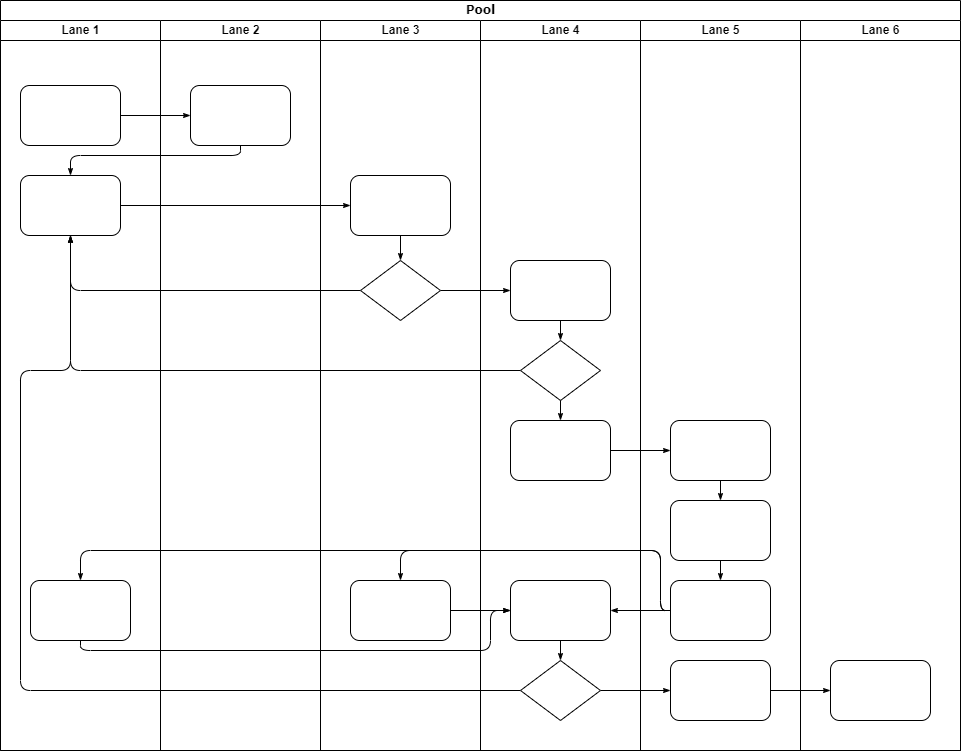
The draw.io diagram 档案管理流程.png in CN-DXTZ/CLRS, before a commit. Source tidied: cells renumbered, new cells last; positions are measured from the earlier drawing's top-left corner, leaving out a move shared by most shapes.
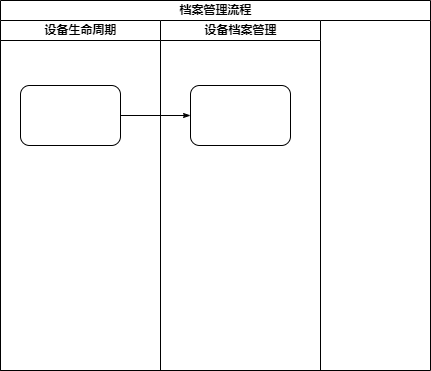
The same diagram one commit later.

Commit message:
更新档案管理流程.png

What changed in the source:
```diff
@@ -2,169 +2,23 @@
   <root>
     <mxCell id="0" />
     <mxCell id="1" parent="0" />
-    <mxCell id="2" value="Pool" style="swimlane;html=1;startSize=20;rounded=0;shadow=0;labelBackgroundColor=none;strokeWidth=1;fontFamily=Verdana;fontSize=8;align=center;" parent="1" vertex="1">
-      <mxGeometry width="960" height="750" as="geometry" />
+    <mxCell id="2" value="档案管理流程" style="swimlane;html=1;startSize=20;rounded=0;shadow=0;labelBackgroundColor=none;strokeWidth=1;fontFamily=Verdana;fontSize=8;align=center;" parent="1" vertex="1">
+      <mxGeometry width="430" height="370" as="geometry" />
     </mxCell>
-    <mxCell id="3" value="Lane 1" style="swimlane;html=1;startSize=20;" parent="2" vertex="1">
-      <mxGeometry y="20" width="160" height="730" as="geometry" />
+    <mxCell id="3" value="设备生命周期" style="swimlane;html=1;startSize=20;" parent="2" vertex="1">
+      <mxGeometry y="20" width="160" height="350" as="geometry" />
     </mxCell>
     <mxCell id="4" style="rounded=1;whiteSpace=wrap;html=1;shadow=0;labelBackgroundColor=none;strokeWidth=1;fontFamily=Verdana;fontSize=8;align=center;" parent="3" vertex="1">
       <mxGeometry x="20" y="65" width="100" height="60" as="geometry" />
     </mxCell>
-    <mxCell id="5" style="rounded=1;whiteSpace=wrap;html=1;shadow=0;labelBackgroundColor=none;strokeWidth=1;fontFamily=Verdana;fontSize=8;align=center;" parent="3" vertex="1">
-      <mxGeometry x="20" y="155" width="100" height="60" as="geometry" />
-    </mxCell>
-    <mxCell id="6" style="rounded=1;whiteSpace=wrap;html=1;shadow=0;labelBackgroundColor=none;strokeWidth=1;fontFamily=Verdana;fontSize=8;align=center;" parent="3" vertex="1">
-      <mxGeometry x="30" y="560" width="100" height="60" as="geometry" />
-    </mxCell>
     <mxCell id="7" style="edgeStyle=orthogonalEdgeStyle;rounded=1;html=1;labelBackgroundColor=none;startArrow=none;startFill=0;startSize=5;endArrow=classicThin;endFill=1;endSize=5;jettySize=auto;strokeWidth=1;fontFamily=Verdana;fontSize=8;" parent="2" edge="1" source="4" target="23">
       <mxGeometry relative="1" as="geometry" />
     </mxCell>
-    <mxCell id="8" style="edgeStyle=orthogonalEdgeStyle;rounded=1;html=1;labelBackgroundColor=none;startArrow=none;startFill=0;startSize=5;endArrow=classicThin;endFill=1;endSize=5;jettySize=auto;strokeWidth=1;fontFamily=Verdana;fontSize=8;" parent="2" edge="1" source="23" target="5">
-      <mxGeometry relative="1" as="geometry">
-        <Array as="points">
-          <mxPoint x="240" y="155" />
-          <mxPoint x="70" y="155" />
-        </Array>
-      </mxGeometry>
-    </mxCell>
-    <mxCell id="9" style="edgeStyle=orthogonalEdgeStyle;rounded=1;html=1;labelBackgroundColor=none;startArrow=none;startFill=0;startSize=5;endArrow=classicThin;endFill=1;endSize=5;jettySize=auto;strokeWidth=1;fontFamily=Verdana;fontSize=8;" parent="2" edge="1" source="5" target="25">
-      <mxGeometry relative="1" as="geometry" />
-    </mxCell>
-    <mxCell id="10" style="edgeStyle=orthogonalEdgeStyle;rounded=1;html=1;labelBackgroundColor=none;startArrow=none;startFill=0;startSize=5;endArrow=classicThin;endFill=1;endSize=5;jettySize=auto;strokeWidth=1;fontFamily=Verdana;fontSize=8;" parent="2" edge="1" source="26" target="5">
-      <mxGeometry relative="1" as="geometry" />
-    </mxCell>
-    <mxCell id="11" style="edgeStyle=orthogonalEdgeStyle;rounded=1;html=1;labelBackgroundColor=none;startArrow=none;startFill=0;startSize=5;endArrow=classicThin;endFill=1;endSize=5;jettySize=auto;strokeWidth=1;fontFamily=Verdana;fontSize=8;" parent="2" edge="1" source="31" target="5">
-      <mxGeometry relative="1" as="geometry" />
-    </mxCell>
-    <mxCell id="12" style="edgeStyle=orthogonalEdgeStyle;rounded=1;html=1;labelBackgroundColor=none;startArrow=none;startFill=0;startSize=5;endArrow=classicThin;endFill=1;endSize=5;jettySize=auto;strokeWidth=1;fontFamily=Verdana;fontSize=8;" parent="2" edge="1" source="34" target="5">
-      <mxGeometry relative="1" as="geometry">
-        <Array as="points">
-          <mxPoint x="20" y="690" />
-          <mxPoint x="20" y="370" />
-          <mxPoint x="70" y="370" />
-        </Array>
-      </mxGeometry>
-    </mxCell>
-    <mxCell id="13" style="edgeStyle=orthogonalEdgeStyle;rounded=1;html=1;labelBackgroundColor=none;startArrow=none;startFill=0;startSize=5;endArrow=classicThin;endFill=1;endSize=5;jettySize=auto;strokeWidth=1;fontFamily=Verdana;fontSize=8;" parent="2" edge="1" source="26" target="30">
-      <mxGeometry relative="1" as="geometry" />
-    </mxCell>
-    <mxCell id="14" style="edgeStyle=orthogonalEdgeStyle;rounded=1;html=1;labelBackgroundColor=none;startArrow=none;startFill=0;startSize=5;endArrow=classicThin;endFill=1;endSize=5;jettySize=auto;strokeWidth=1;fontFamily=Verdana;fontSize=8;" parent="2" edge="1" source="34" target="42">
-      <mxGeometry relative="1" as="geometry" />
-    </mxCell>
-    <mxCell id="15" style="edgeStyle=orthogonalEdgeStyle;rounded=1;html=1;labelBackgroundColor=none;startArrow=none;startFill=0;startSize=5;endArrow=classicThin;endFill=1;endSize=5;jettySize=auto;strokeWidth=1;fontFamily=Verdana;fontSize=8;" parent="2" edge="1" source="42" target="46">
-      <mxGeometry relative="1" as="geometry" />
-    </mxCell>
-    <mxCell id="16" style="edgeStyle=orthogonalEdgeStyle;rounded=1;html=1;labelBackgroundColor=none;startArrow=none;startFill=0;startSize=5;endArrow=classicThin;endFill=1;endSize=5;jettySize=auto;strokeWidth=1;fontFamily=Verdana;fontSize=8;" parent="2" edge="1" source="32" target="39">
-      <mxGeometry relative="1" as="geometry" />
-    </mxCell>
-    <mxCell id="17" style="edgeStyle=orthogonalEdgeStyle;rounded=1;html=1;labelBackgroundColor=none;startArrow=none;startFill=0;startSize=5;endArrow=classicThin;endFill=1;endSize=5;jettySize=auto;strokeWidth=1;fontFamily=Verdana;fontSize=8;" parent="2" edge="1" source="41" target="27">
-      <mxGeometry relative="1" as="geometry">
-        <Array as="points">
-          <mxPoint x="660" y="610" />
-          <mxPoint x="660" y="550" />
-          <mxPoint x="400" y="550" />
-        </Array>
-      </mxGeometry>
-    </mxCell>
-    <mxCell id="18" style="edgeStyle=orthogonalEdgeStyle;rounded=1;html=1;labelBackgroundColor=none;startArrow=none;startFill=0;startSize=5;endArrow=classicThin;endFill=1;endSize=5;jettySize=auto;strokeColor=#000000;strokeWidth=1;fontFamily=Verdana;fontSize=8;fontColor=#000000;" parent="2" edge="1" source="41" target="33">
-      <mxGeometry relative="1" as="geometry" />
-    </mxCell>
-    <mxCell id="19" style="edgeStyle=orthogonalEdgeStyle;rounded=1;html=1;labelBackgroundColor=none;startArrow=none;startFill=0;startSize=5;endArrow=classicThin;endFill=1;endSize=5;jettySize=auto;strokeWidth=1;fontFamily=Verdana;fontSize=8;" parent="2" edge="1" source="41" target="6">
-      <mxGeometry relative="1" as="geometry">
-        <Array as="points">
-          <mxPoint x="660" y="610" />
-          <mxPoint x="660" y="550" />
-          <mxPoint x="80" y="550" />
-        </Array>
-      </mxGeometry>
-    </mxCell>
-    <mxCell id="20" style="edgeStyle=orthogonalEdgeStyle;rounded=1;html=1;labelBackgroundColor=none;startArrow=none;startFill=0;startSize=5;endArrow=classicThin;endFill=1;endSize=5;jettySize=auto;strokeWidth=1;fontFamily=Verdana;fontSize=8;" parent="2" edge="1" source="6" target="33">
-      <mxGeometry relative="1" as="geometry">
-        <Array as="points">
-          <mxPoint x="80" y="650" />
-          <mxPoint x="490" y="650" />
-          <mxPoint x="490" y="610" />
-        </Array>
-      </mxGeometry>
-    </mxCell>
-    <mxCell id="21" style="edgeStyle=orthogonalEdgeStyle;rounded=1;html=1;labelBackgroundColor=none;startArrow=none;startFill=0;startSize=5;endArrow=classicThin;endFill=1;endSize=5;jettySize=auto;strokeWidth=1;fontFamily=Verdana;fontSize=8;" parent="2" edge="1" source="27" target="33">
-      <mxGeometry relative="1" as="geometry" />
-    </mxCell>
-    <mxCell id="22" value="Lane 2" style="swimlane;html=1;startSize=20;" parent="2" vertex="1">
-      <mxGeometry x="160" y="20" width="160" height="730" as="geometry" />
+    <mxCell id="22" value="设备档案管理" style="swimlane;html=1;startSize=20;" parent="2" vertex="1">
+      <mxGeometry x="160" y="20" width="160" height="350" as="geometry" />
     </mxCell>
     <mxCell id="23" style="rounded=1;whiteSpace=wrap;html=1;shadow=0;labelBackgroundColor=none;strokeWidth=1;fontFamily=Verdana;fontSize=8;align=center;" parent="22" vertex="1">
       <mxGeometry x="30" y="65" width="100" height="60" as="geometry" />
     </mxCell>
-    <mxCell id="24" value="Lane 3" style="swimlane;html=1;startSize=20;" parent="2" vertex="1">
-      <mxGeometry x="320" y="20" width="160" height="730" as="geometry" />
-    </mxCell>
-    <mxCell id="25" style="rounded=1;whiteSpace=wrap;html=1;shadow=0;labelBackgroundColor=none;strokeWidth=1;fontFamily=Verdana;fontSize=8;align=center;" parent="24" vertex="1">
-      <mxGeometry x="30" y="155" width="100" height="60" as="geometry" />
-    </mxCell>
-    <mxCell id="26" style="rhombus;whiteSpace=wrap;html=1;rounded=0;shadow=0;labelBackgroundColor=none;strokeWidth=1;fontFamily=Verdana;fontSize=8;align=center;" parent="24" vertex="1">
-      <mxGeometry x="40" y="240" width="80" height="60" as="geometry" />
-    </mxCell>
-    <mxCell id="27" style="rounded=1;whiteSpace=wrap;html=1;shadow=0;labelBackgroundColor=none;strokeWidth=1;fontFamily=Verdana;fontSize=8;align=center;" parent="24" vertex="1">
-      <mxGeometry x="30" y="560" width="100" height="60" as="geometry" />
-    </mxCell>
-    <mxCell id="28" style="edgeStyle=orthogonalEdgeStyle;rounded=1;html=1;labelBackgroundColor=none;startArrow=none;startFill=0;startSize=5;endArrow=classicThin;endFill=1;endSize=5;jettySize=auto;strokeWidth=1;fontFamily=Verdana;fontSize=8;" parent="24" edge="1" source="25" target="26">
-      <mxGeometry relative="1" as="geometry" />
-    </mxCell>
-    <mxCell id="29" value="Lane 4" style="swimlane;html=1;startSize=20;" parent="2" vertex="1">
-      <mxGeometry x="480" y="20" width="160" height="730" as="geometry" />
-    </mxCell>
-    <mxCell id="30" style="rounded=1;whiteSpace=wrap;html=1;shadow=0;labelBackgroundColor=none;strokeWidth=1;fontFamily=Verdana;fontSize=8;align=center;" parent="29" vertex="1">
-      <mxGeometry x="30" y="240" width="100" height="60" as="geometry" />
-    </mxCell>
-    <mxCell id="31" style="rhombus;whiteSpace=wrap;html=1;rounded=0;shadow=0;labelBackgroundColor=none;strokeWidth=1;fontFamily=Verdana;fontSize=8;align=center;" parent="29" vertex="1">
-      <mxGeometry x="40" y="320" width="80" height="60" as="geometry" />
-    </mxCell>
-    <mxCell id="32" style="rounded=1;whiteSpace=wrap;html=1;shadow=0;labelBackgroundColor=none;strokeWidth=1;fontFamily=Verdana;fontSize=8;align=center;" parent="29" vertex="1">
-      <mxGeometry x="30" y="400" width="100" height="60" as="geometry" />
-    </mxCell>
-    <mxCell id="33" style="rounded=1;whiteSpace=wrap;html=1;shadow=0;labelBackgroundColor=none;strokeWidth=1;fontFamily=Verdana;fontSize=8;align=center;" parent="29" vertex="1">
-      <mxGeometry x="30" y="560" width="100" height="60" as="geometry" />
-    </mxCell>
-    <mxCell id="34" style="rhombus;whiteSpace=wrap;html=1;rounded=0;shadow=0;labelBackgroundColor=none;strokeWidth=1;fontFamily=Verdana;fontSize=8;align=center;" parent="29" vertex="1">
-      <mxGeometry x="40" y="640" width="80" height="60" as="geometry" />
-    </mxCell>
-    <mxCell id="35" style="edgeStyle=orthogonalEdgeStyle;rounded=1;html=1;labelBackgroundColor=none;startArrow=none;startFill=0;startSize=5;endArrow=classicThin;endFill=1;endSize=5;jettySize=auto;strokeColor=#000000;strokeWidth=1;fontFamily=Verdana;fontSize=8;fontColor=#000000;" parent="29" edge="1" source="30" target="31">
-      <mxGeometry relative="1" as="geometry" />
-    </mxCell>
-    <mxCell id="36" style="edgeStyle=orthogonalEdgeStyle;rounded=1;html=1;labelBackgroundColor=none;startArrow=none;startFill=0;startSize=5;endArrow=classicThin;endFill=1;endSize=5;jettySize=auto;strokeWidth=1;fontFamily=Verdana;fontSize=8;" parent="29" edge="1" source="31" target="32">
-      <mxGeometry relative="1" as="geometry" />
-    </mxCell>
-    <mxCell id="37" style="edgeStyle=orthogonalEdgeStyle;rounded=1;html=1;labelBackgroundColor=none;startArrow=none;startFill=0;startSize=5;endArrow=classicThin;endFill=1;endSize=5;jettySize=auto;strokeWidth=1;fontFamily=Verdana;fontSize=8;" parent="29" edge="1" source="33" target="34">
-      <mxGeometry relative="1" as="geometry" />
-    </mxCell>
-    <mxCell id="38" value="Lane 5" style="swimlane;html=1;startSize=20;" parent="2" vertex="1">
-      <mxGeometry x="640" y="20" width="160" height="730" as="geometry" />
-    </mxCell>
-    <mxCell id="39" style="rounded=1;whiteSpace=wrap;html=1;shadow=0;labelBackgroundColor=none;strokeWidth=1;fontFamily=Verdana;fontSize=8;align=center;" parent="38" vertex="1">
-      <mxGeometry x="30" y="400" width="100" height="60" as="geometry" />
-    </mxCell>
-    <mxCell id="40" style="rounded=1;whiteSpace=wrap;html=1;shadow=0;labelBackgroundColor=none;strokeWidth=1;fontFamily=Verdana;fontSize=8;align=center;" parent="38" vertex="1">
-      <mxGeometry x="30" y="480" width="100" height="60" as="geometry" />
-    </mxCell>
-    <mxCell id="41" style="rounded=1;whiteSpace=wrap;html=1;shadow=0;labelBackgroundColor=none;strokeWidth=1;fontFamily=Verdana;fontSize=8;align=center;" parent="38" vertex="1">
-      <mxGeometry x="30" y="560" width="100" height="60" as="geometry" />
-    </mxCell>
-    <mxCell id="42" style="rounded=1;whiteSpace=wrap;html=1;shadow=0;labelBackgroundColor=none;strokeWidth=1;fontFamily=Verdana;fontSize=8;align=center;" parent="38" vertex="1">
-      <mxGeometry x="30" y="640" width="100" height="60" as="geometry" />
-    </mxCell>
-    <mxCell id="43" style="edgeStyle=orthogonalEdgeStyle;rounded=1;html=1;labelBackgroundColor=none;startArrow=none;startFill=0;startSize=5;endArrow=classicThin;endFill=1;endSize=5;jettySize=auto;strokeWidth=1;fontFamily=Verdana;fontSize=8;" parent="38" edge="1" source="39" target="40">
-      <mxGeometry relative="1" as="geometry" />
-    </mxCell>
-    <mxCell id="44" style="edgeStyle=orthogonalEdgeStyle;rounded=1;html=1;labelBackgroundColor=none;startArrow=none;startFill=0;startSize=5;endArrow=classicThin;endFill=1;endSize=5;jettySize=auto;strokeWidth=1;fontFamily=Verdana;fontSize=8;" parent="38" edge="1" source="40" target="41">
-      <mxGeometry relative="1" as="geometry" />
-    </mxCell>
-    <mxCell id="45" value="Lane 6" style="swimlane;html=1;startSize=20;" parent="2" vertex="1">
-      <mxGeometry x="800" y="20" width="160" height="730" as="geometry" />
-    </mxCell>
-    <mxCell id="46" style="rounded=1;whiteSpace=wrap;html=1;shadow=0;labelBackgroundColor=none;strokeWidth=1;fontFamily=Verdana;fontSize=8;align=center;" parent="45" vertex="1">
-      <mxGeometry x="30" y="640" width="100" height="60" as="geometry" />
-    </mxCell>
   </root>
 </mxGraphModel>
```
